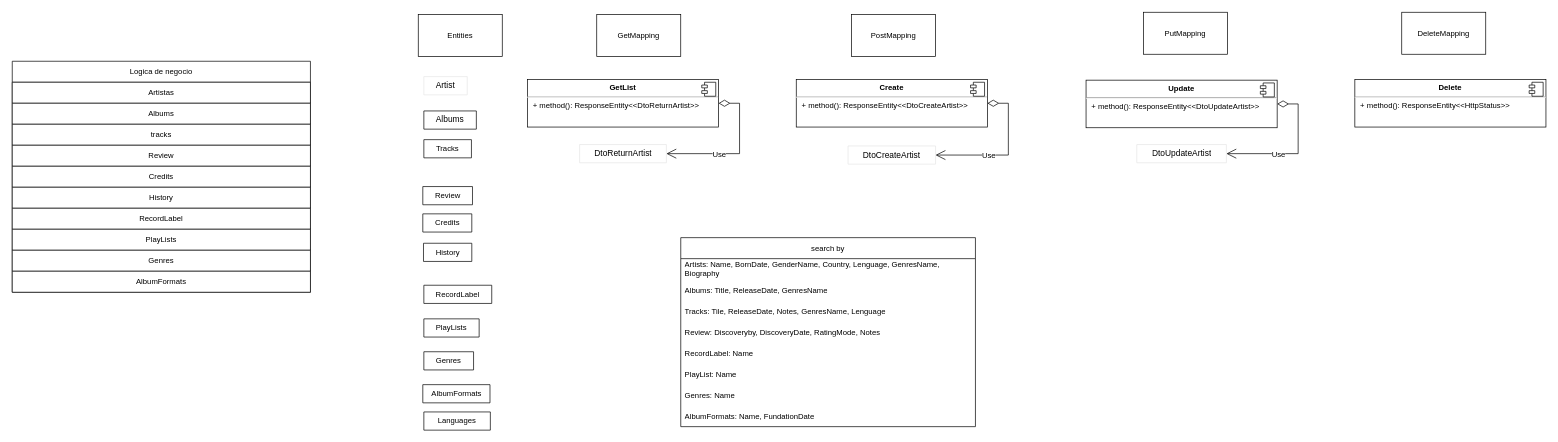
This is page "planificando restful api" (4 of 4) of digrams.drawio from GutengMorgen/ShzTy, a draw.io file, before an edit. Source tidied: cells renumbered, new cells numbered last; positions are measured from the earlier drawing's top-left corner, leaving out a move shared by most shapes. Both pictures are drawn from the tidied source at 70%, with x=0, y=0 at pixel (12, 12).
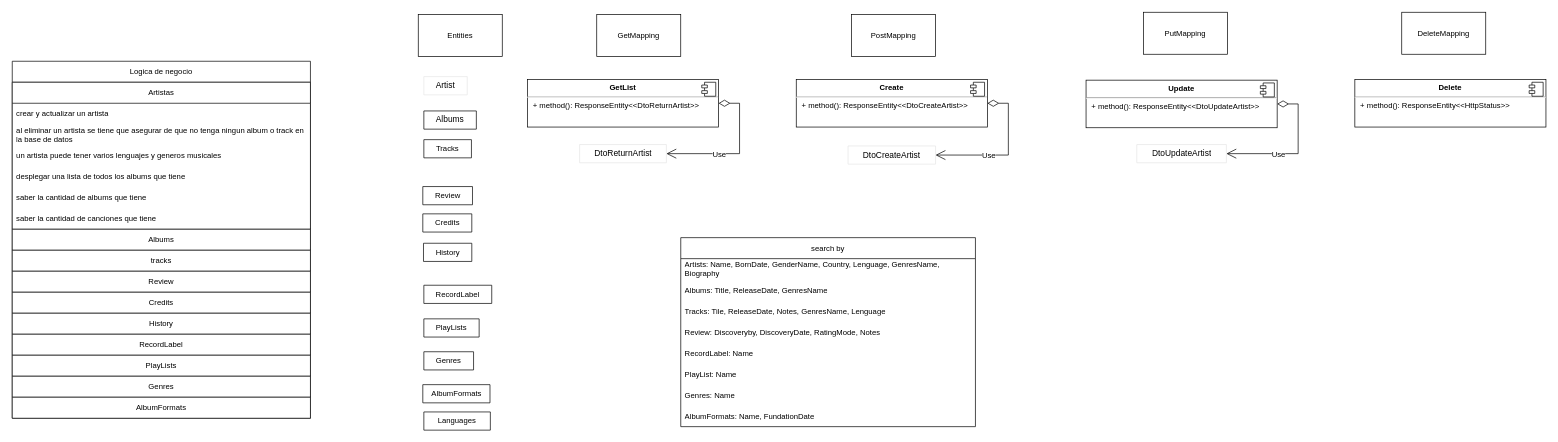
The same page after the edit.

Diff of the diagram source:
```diff
@@
     <mxCell id="34" value="Logica de negocio" style="swimlane;fontStyle=0;horizontal=1;startSize=30;whiteSpace=wrap;html=1;strokeColor=default;fontFamily=Helvetica;fontSize=11;fontColor=default;fillColor=default;" parent="1" vertex="1">
-      <mxGeometry y="70" width="426" height="330" as="geometry" />
+      <mxGeometry y="70" width="426" height="510" as="geometry" />
     </mxCell>
-    <mxCell id="35" value="Artistas" style="swimlane;fontStyle=0;horizontal=1;startSize=30;whiteSpace=wrap;html=1;fontFamily=Helvetica;fontSize=11;fontColor=default;swimlaneFillColor=default;" parent="34" vertex="1" collapsed="1">
-      <mxGeometry y="30" width="426" height="30" as="geometry" />
+    <mxCell id="35" value="Artistas" style="swimlane;fontStyle=0;horizontal=1;startSize=30;whiteSpace=wrap;html=1;fontFamily=Helvetica;fontSize=11;fontColor=default;swimlaneFillColor=default;" parent="34" vertex="1">
+      <mxGeometry y="30" width="426" height="210" as="geometry" />
     </mxCell>
+    <mxCell id="55" value="crear y actualizar un artista" style="text;strokeColor=none;fillColor=none;align=left;verticalAlign=middle;spacingLeft=4;spacingRight=4;overflow=hidden;whiteSpace=wrap;html=1;fontSize=11;fontFamily=Helvetica;fontColor=default;" parent="35" vertex="1">
+      <mxGeometry y="30" width="426" height="30" as="geometry" />
+    </mxCell>
+    <mxCell id="56" value="al eliminar un artista se tiene que asegurar de que no tenga ningun album o track en la base de datos" style="text;strokeColor=none;fillColor=none;align=left;verticalAlign=middle;spacingLeft=4;spacingRight=4;overflow=hidden;whiteSpace=wrap;html=1;fontSize=11;fontFamily=Helvetica;fontColor=default;" parent="35" vertex="1">
+      <mxGeometry y="60" width="426" height="30" as="geometry" />
+    </mxCell>
+    <mxCell id="57" value="un artista puede tener varios lenguajes y generos musicales" style="text;strokeColor=none;fillColor=none;align=left;verticalAlign=middle;spacingLeft=4;spacingRight=4;overflow=hidden;whiteSpace=wrap;html=1;fontSize=11;fontFamily=Helvetica;fontColor=default;" parent="35" vertex="1">
+      <mxGeometry y="90" width="426" height="30" as="geometry" />
+    </mxCell>
+    <mxCell id="58" value="desplegar una lista de todos los albums que tiene" style="text;strokeColor=none;fillColor=none;align=left;verticalAlign=middle;spacingLeft=4;spacingRight=4;overflow=hidden;whiteSpace=wrap;html=1;fontSize=11;fontFamily=Helvetica;fontColor=default;" parent="35" vertex="1">
+      <mxGeometry y="120" width="426" height="30" as="geometry" />
+    </mxCell>
+    <mxCell id="59" value="saber la cantidad de albums que tiene" style="text;strokeColor=none;fillColor=none;align=left;verticalAlign=middle;spacingLeft=4;spacingRight=4;overflow=hidden;whiteSpace=wrap;html=1;fontSize=11;fontFamily=Helvetica;fontColor=default;" parent="35" vertex="1">
+      <mxGeometry y="150" width="426" height="30" as="geometry" />
+    </mxCell>
+    <mxCell id="60" value="saber la cantidad de canciones que tiene" style="text;strokeColor=none;fillColor=none;align=left;verticalAlign=middle;spacingLeft=4;spacingRight=4;overflow=hidden;whiteSpace=wrap;html=1;fontSize=11;fontFamily=Helvetica;fontColor=default;" parent="35" vertex="1">
+      <mxGeometry y="180" width="426" height="30" as="geometry" />
+    </mxCell>
     <mxCell id="36" value="Albums" style="swimlane;fontStyle=0;horizontal=1;startSize=30;whiteSpace=wrap;html=1;fontFamily=Helvetica;fontSize=11;fontColor=default;swimlaneFillColor=default;" parent="34" vertex="1" collapsed="1">
-      <mxGeometry y="60" width="426" height="30" as="geometry" />
+      <mxGeometry y="240" width="426" height="30" as="geometry" />
     </mxCell>
     <mxCell id="37" value="tracks" style="swimlane;fontStyle=0;horizontal=1;startSize=30;whiteSpace=wrap;html=1;fontFamily=Helvetica;fontSize=11;fontColor=default;swimlaneFillColor=default;" parent="34" vertex="1" collapsed="1">
-      <mxGeometry y="90" width="426" height="30" as="geometry" />
+      <mxGeometry y="270" width="426" height="30" as="geometry" />
     </mxCell>
     <mxCell id="38" value="Review" style="swimlane;fontStyle=0;horizontal=1;startSize=30;whiteSpace=wrap;html=1;fontFamily=Helvetica;fontSize=11;fontColor=default;swimlaneFillColor=default;" parent="34" vertex="1" collapsed="1">
-      <mxGeometry y="120" width="426" height="30" as="geometry" />
+      <mxGeometry y="300" width="426" height="30" as="geometry" />
     </mxCell>
     <mxCell id="39" value="Credits" style="swimlane;fontStyle=0;horizontal=1;startSize=30;whiteSpace=wrap;html=1;fontFamily=Helvetica;fontSize=11;fontColor=default;swimlaneFillColor=default;" parent="34" vertex="1" collapsed="1">
-      <mxGeometry y="150" width="426" height="30" as="geometry" />
+      <mxGeometry y="330" width="426" height="30" as="geometry" />
     </mxCell>
     <mxCell id="40" value="History" style="swimlane;fontStyle=0;horizontal=1;startSize=30;whiteSpace=wrap;html=1;fontFamily=Helvetica;fontSize=11;fontColor=default;swimlaneFillColor=default;" parent="34" vertex="1" collapsed="1">
-      <mxGeometry y="180" width="426" height="30" as="geometry" />
+      <mxGeometry y="360" width="426" height="30" as="geometry" />
     </mxCell>
     <mxCell id="41" value="RecordLabel" style="swimlane;fontStyle=0;horizontal=1;startSize=30;whiteSpace=wrap;html=1;fontFamily=Helvetica;fontSize=11;fontColor=default;" parent="34" vertex="1" collapsed="1">
-      <mxGeometry y="210" width="426" height="30" as="geometry" />
+      <mxGeometry y="390" width="426" height="30" as="geometry" />
     </mxCell>
     <mxCell id="42" value="PlayLists" style="swimlane;fontStyle=0;horizontal=1;startSize=30;whiteSpace=wrap;html=1;fontFamily=Helvetica;fontSize=11;fontColor=default;" parent="34" vertex="1" collapsed="1">
-      <mxGeometry y="240" width="426" height="30" as="geometry" />
+      <mxGeometry y="420" width="426" height="30" as="geometry" />
     </mxCell>
     <mxCell id="43" value="Genres" style="swimlane;fontStyle=0;horizontal=1;startSize=30;whiteSpace=wrap;html=1;fontFamily=Helvetica;fontSize=11;fontColor=default;" parent="34" vertex="1" collapsed="1">
-      <mxGeometry y="270" width="426" height="30" as="geometry" />
+      <mxGeometry y="450" width="426" height="30" as="geometry" />
     </mxCell>
     <mxCell id="44" value="AlbumFormats" style="swimlane;fontStyle=0;horizontal=1;startSize=30;whiteSpace=wrap;html=1;fontFamily=Helvetica;fontSize=11;fontColor=default;" parent="34" vertex="1" collapsed="1">
-      <mxGeometry y="300" width="426" height="30" as="geometry" />
+      <mxGeometry y="480" width="426" height="30" as="geometry" />
     </mxCell>
```
